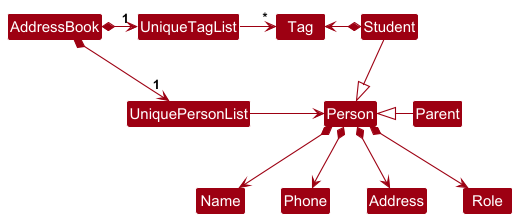
Earlier version of the PlantUML export docs/images/BetterModelClassDiagram.png (tgonet/tp).
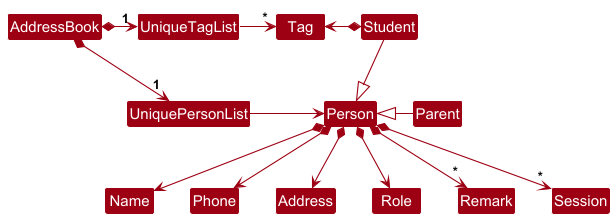
The same file after the commit.

What changed in the source:
```diff
@@ -19,6 +19,8 @@
 Person *--> Phone
 Person *--> Address
 Person *--> Role
+Person *--> "*" Remark
+Person *--> "*" Session
 
 Student *-left-> Tag
 @enduml
```
